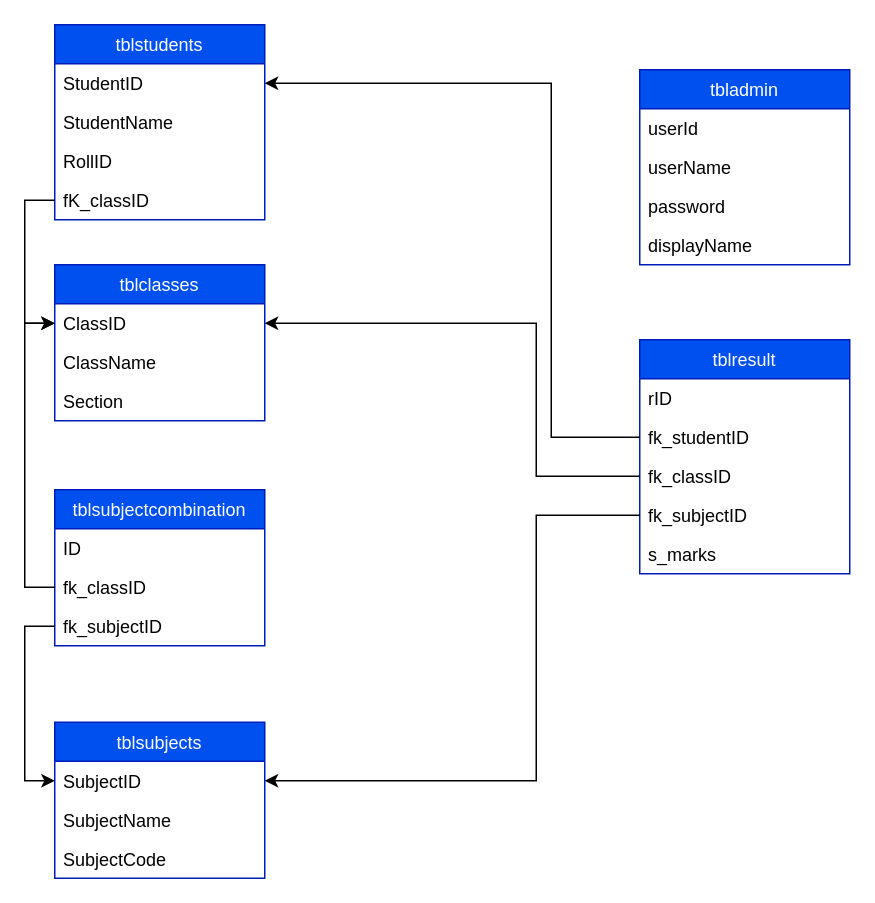
Above: SRMS - RDS.drawio in kadiyalamani15/Student-Resource-Management-System (draw.io), before the change. Source tidied: cells renumbered, new cells numbered last; positions are measured from the earlier drawing's top-left corner, leaving out a move shared by most shapes. Both pictures are drawn from the tidied source at 150%, with x=0, y=0 at pixel (54, 24).
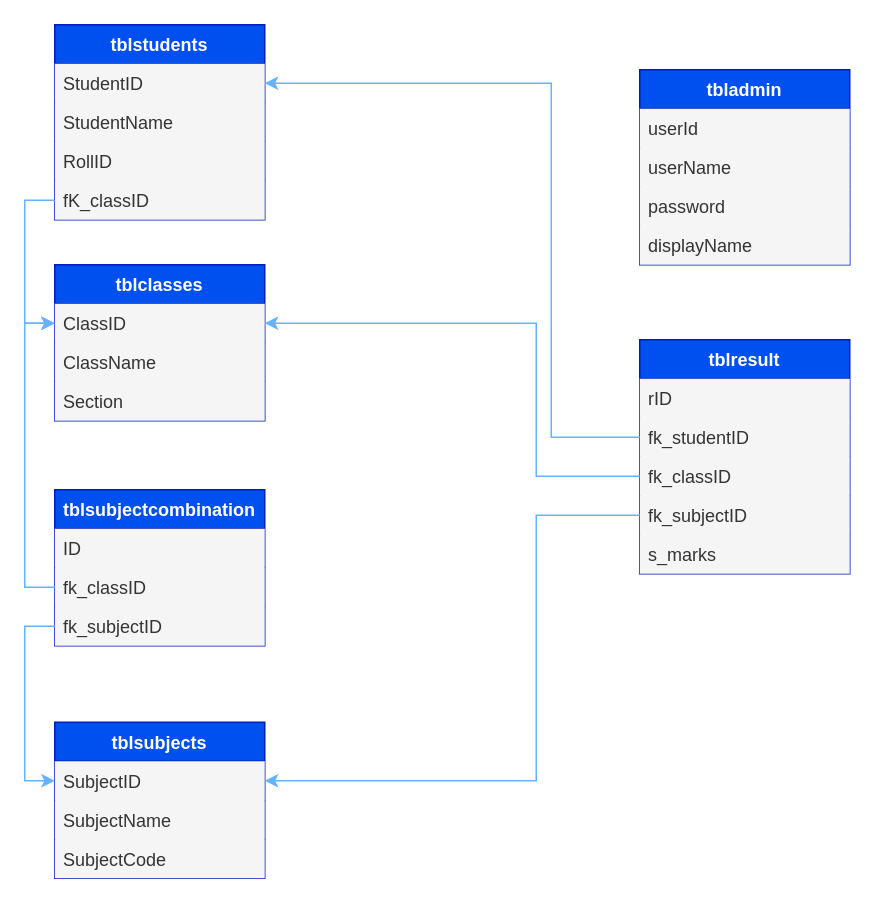
Above is the later version.

What changed in the source:
```diff
@@
-    <mxCell id="2" value="tblstudents" style="swimlane;fontStyle=0;horizontal=1;startSize=26;fillColor=#0050ef;fontColor=#ffffff;strokeColor=#001DBC;" parent="1" vertex="1">
+    <mxCell id="2" value="tblstudents" style="swimlane;fontStyle=1;horizontal=1;startSize=26;fillColor=#0050ef;fontColor=#ffffff;strokeColor=#001DBC;" parent="1" vertex="1">
       <mxGeometry width="140" height="130" as="geometry" />
     </mxCell>
-    <mxCell id="3" value="StudentID" style="text;align=left;verticalAlign=top;spacingLeft=4;spacingRight=4;overflow=hidden;points=[[0,0.5],[1,0.5]];portConstraint=eastwest;" parent="2" vertex="1">
+    <mxCell id="3" value="StudentID" style="text;align=left;verticalAlign=top;spacingLeft=4;spacingRight=4;overflow=hidden;points=[[0,0.5],[1,0.5]];portConstraint=eastwest;fillColor=#f5f5f5;fontColor=#333333;strokeColor=none;" parent="2" vertex="1">
       <mxGeometry y="26" width="140" height="26" as="geometry" />
     </mxCell>
-    <mxCell id="4" value="StudentName" style="text;align=left;verticalAlign=top;spacingLeft=4;spacingRight=4;overflow=hidden;" parent="2" vertex="1">
+    <mxCell id="4" value="StudentName" style="text;align=left;verticalAlign=top;spacingLeft=4;spacingRight=4;overflow=hidden;fillColor=#f5f5f5;fontColor=#333333;strokeColor=none;" parent="2" vertex="1">
       <mxGeometry y="52" width="140" height="26" as="geometry" />
     </mxCell>
-    <mxCell id="5" value="RollID " style="text;strokeColor=none;fillColor=none;align=left;verticalAlign=top;spacingLeft=4;spacingRight=4;overflow=hidden;" parent="2" vertex="1">
+    <mxCell id="5" value="RollID " style="text;strokeColor=none;fillColor=#f5f5f5;align=left;verticalAlign=top;spacingLeft=4;spacingRight=4;overflow=hidden;fontColor=#333333;" parent="2" vertex="1">
       <mxGeometry y="78" width="140" height="26" as="geometry" />
     </mxCell>
-    <mxCell id="6" value="fK_classID" style="text;strokeColor=none;fillColor=none;align=left;verticalAlign=top;spacingLeft=4;spacingRight=4;overflow=hidden;points=[[0,0.5],[1,0.5]];portConstraint=eastwest;" parent="2" vertex="1">
+    <mxCell id="6" value="fK_classID" style="text;strokeColor=none;fillColor=#f5f5f5;align=left;verticalAlign=top;spacingLeft=4;spacingRight=4;overflow=hidden;points=[[0,0.5],[1,0.5]];portConstraint=eastwest;fontColor=#333333;" parent="2" vertex="1">
       <mxGeometry y="104" width="140" height="26" as="geometry" />
     </mxCell>
-    <mxCell id="7" value="tblclasses" style="swimlane;fontStyle=0;horizontal=1;startSize=26;fillColor=#0050ef;fontColor=#ffffff;strokeColor=#001DBC;" parent="1" vertex="1">
+    <mxCell id="7" value="tblclasses" style="swimlane;fontStyle=1;horizontal=1;startSize=26;fillColor=#0050ef;fontColor=#ffffff;strokeColor=#001DBC;" parent="1" vertex="1">
       <mxGeometry y="160" width="140" height="104" as="geometry" />
     </mxCell>
-    <mxCell id="8" value="ClassID" style="text;strokeColor=none;fillColor=none;align=left;verticalAlign=top;spacingLeft=4;spacingRight=4;overflow=hidden;points=[[0,0.5],[1,0.5]];portConstraint=eastwest;" parent="7" vertex="1">
+    <mxCell id="8" value="ClassID" style="text;strokeColor=none;fillColor=#f5f5f5;align=left;verticalAlign=top;spacingLeft=4;spacingRight=4;overflow=hidden;points=[[0,0.5],[1,0.5]];portConstraint=eastwest;fontColor=#333333;" parent="7" vertex="1">
       <mxGeometry y="26" width="140" height="26" as="geometry" />
     </mxCell>
-    <mxCell id="9" value="ClassName" style="text;strokeColor=none;fillColor=none;align=left;verticalAlign=top;spacingLeft=4;spacingRight=4;overflow=hidden;" parent="7" vertex="1">
+    <mxCell id="9" value="ClassName" style="text;strokeColor=none;fillColor=#f5f5f5;align=left;verticalAlign=top;spacingLeft=4;spacingRight=4;overflow=hidden;fontColor=#333333;" parent="7" vertex="1">
       <mxGeometry y="52" width="140" height="26" as="geometry" />
     </mxCell>
-    <mxCell id="10" value="Section" style="text;strokeColor=none;fillColor=none;align=left;verticalAlign=top;spacingLeft=4;spacingRight=4;overflow=hidden;" parent="7" vertex="1">
+    <mxCell id="10" value="Section" style="text;strokeColor=none;fillColor=#f5f5f5;align=left;verticalAlign=top;spacingLeft=4;spacingRight=4;overflow=hidden;fontColor=#333333;" parent="7" vertex="1">
       <mxGeometry y="78" width="140" height="26" as="geometry" />
     </mxCell>
-    <mxCell id="11" value="tblsubjectcombination" style="swimlane;fontStyle=0;horizontal=1;startSize=26;fillColor=#0050ef;fontColor=#ffffff;strokeColor=#001DBC;" parent="1" vertex="1">
+    <mxCell id="11" value="tblsubjectcombination" style="swimlane;fontStyle=1;horizontal=1;startSize=26;fillColor=#0050ef;fontColor=#ffffff;strokeColor=#001DBC;" parent="1" vertex="1">
       <mxGeometry y="310" width="140" height="104" as="geometry" />
     </mxCell>
-    <mxCell id="12" value="ID" style="text;strokeColor=none;fillColor=none;align=left;verticalAlign=top;spacingLeft=4;spacingRight=4;overflow=hidden;" parent="11" vertex="1">
+    <mxCell id="12" value="ID" style="text;strokeColor=none;fillColor=#f5f5f5;align=left;verticalAlign=top;spacingLeft=4;spacingRight=4;overflow=hidden;fontColor=#333333;" parent="11" vertex="1">
       <mxGeometry y="26" width="140" height="26" as="geometry" />
     </mxCell>
-    <mxCell id="13" value="fk_classID" style="text;strokeColor=none;fillColor=none;align=left;verticalAlign=top;spacingLeft=4;spacingRight=4;overflow=hidden;points=[[0,0.5],[1,0.5]];portConstraint=eastwest;" parent="11" vertex="1">
+    <mxCell id="13" value="fk_classID" style="text;strokeColor=none;fillColor=#f5f5f5;align=left;verticalAlign=top;spacingLeft=4;spacingRight=4;overflow=hidden;points=[[0,0.5],[1,0.5]];portConstraint=eastwest;fontColor=#333333;" parent="11" vertex="1">
       <mxGeometry y="52" width="140" height="26" as="geometry" />
     </mxCell>
-    <mxCell id="14" value="fk_subjectID" style="text;strokeColor=none;fillColor=none;align=left;verticalAlign=top;spacingLeft=4;spacingRight=4;overflow=hidden;points=[[0,0.5],[1,0.5]];portConstraint=eastwest;" parent="11" vertex="1">
+    <mxCell id="14" value="fk_subjectID" style="text;strokeColor=none;fillColor=#f5f5f5;align=left;verticalAlign=top;spacingLeft=4;spacingRight=4;overflow=hidden;points=[[0,0.5],[1,0.5]];portConstraint=eastwest;fontColor=#333333;" parent="11" vertex="1">
       <mxGeometry y="78" width="140" height="26" as="geometry" />
     </mxCell>
-    <mxCell id="15" value="tblsubjects" style="swimlane;fontStyle=0;horizontal=1;startSize=26;fillColor=#0050ef;fontColor=#ffffff;strokeColor=#001DBC;" parent="1" vertex="1">
+    <mxCell id="15" value="tblsubjects" style="swimlane;fontStyle=1;horizontal=1;startSize=26;fillColor=#0050ef;fontColor=#ffffff;strokeColor=#001DBC;" parent="1" vertex="1">
       <mxGeometry y="465" width="140" height="104" as="geometry" />
     </mxCell>
-    <mxCell id="16" value="SubjectID" style="text;strokeColor=none;fillColor=none;align=left;verticalAlign=top;spacingLeft=4;spacingRight=4;overflow=hidden;points=[[0,0.5],[1,0.5]];portConstraint=eastwest;" parent="15" vertex="1">
+    <mxCell id="16" value="SubjectID" style="text;strokeColor=none;fillColor=#f5f5f5;align=left;verticalAlign=top;spacingLeft=4;spacingRight=4;overflow=hidden;points=[[0,0.5],[1,0.5]];portConstraint=eastwest;fontColor=#333333;" parent="15" vertex="1">
       <mxGeometry y="26" width="140" height="26" as="geometry" />
     </mxCell>
-    <mxCell id="17" value="SubjectName" style="text;strokeColor=none;fillColor=none;align=left;verticalAlign=top;spacingLeft=4;spacingRight=4;overflow=hidden;" parent="15" vertex="1">
+    <mxCell id="17" value="SubjectName" style="text;strokeColor=none;fillColor=#f5f5f5;align=left;verticalAlign=top;spacingLeft=4;spacingRight=4;overflow=hidden;fontColor=#333333;" parent="15" vertex="1">
       <mxGeometry y="52" width="140" height="26" as="geometry" />
     </mxCell>
-    <mxCell id="18" value="SubjectCode" style="text;strokeColor=none;fillColor=none;align=left;verticalAlign=top;spacingLeft=4;spacingRight=4;overflow=hidden;" parent="15" vertex="1">
+    <mxCell id="18" value="SubjectCode" style="text;strokeColor=none;fillColor=#f5f5f5;align=left;verticalAlign=top;spacingLeft=4;spacingRight=4;overflow=hidden;fontColor=#333333;" parent="15" vertex="1">
       <mxGeometry y="78" width="140" height="26" as="geometry" />
     </mxCell>
-    <mxCell id="19" value="tblresult" style="swimlane;fontStyle=0;horizontal=1;startSize=26;fillColor=#0050ef;fontColor=#ffffff;strokeColor=#001DBC;" parent="1" vertex="1">
+    <mxCell id="19" value="tblresult" style="swimlane;fontStyle=1;horizontal=1;startSize=26;fillColor=#0050ef;fontColor=#ffffff;strokeColor=#001DBC;" parent="1" vertex="1">
       <mxGeometry x="390" y="210" width="140" height="156" as="geometry" />
     </mxCell>
-    <mxCell id="20" value="rID" style="text;strokeColor=none;fillColor=none;align=left;verticalAlign=top;spacingLeft=4;spacingRight=4;overflow=hidden;" parent="19" vertex="1">
+    <mxCell id="20" value="rID" style="text;strokeColor=none;fillColor=#f5f5f5;align=left;verticalAlign=top;spacingLeft=4;spacingRight=4;overflow=hidden;fontColor=#333333;" parent="19" vertex="1">
       <mxGeometry y="26" width="140" height="26" as="geometry" />
     </mxCell>
-    <mxCell id="21" value="fk_studentID" style="text;strokeColor=none;fillColor=none;align=left;verticalAlign=top;spacingLeft=4;spacingRight=4;overflow=hidden;points=[[0,0.5],[1,0.5]];portConstraint=eastwest;" parent="19" vertex="1">
+    <mxCell id="21" value="fk_studentID" style="text;strokeColor=none;fillColor=#f5f5f5;align=left;verticalAlign=top;spacingLeft=4;spacingRight=4;overflow=hidden;points=[[0,0.5],[1,0.5]];portConstraint=eastwest;fontColor=#333333;" parent="19" vertex="1">
       <mxGeometry y="52" width="140" height="26" as="geometry" />
     </mxCell>
-    <mxCell id="22" value="fk_classID" style="text;strokeColor=none;fillColor=none;align=left;verticalAlign=top;spacingLeft=4;spacingRight=4;overflow=hidden;points=[[0,0.5],[1,0.5]];portConstraint=eastwest;" parent="19" vertex="1">
+    <mxCell id="22" value="fk_classID" style="text;strokeColor=none;fillColor=#f5f5f5;align=left;verticalAlign=top;spacingLeft=4;spacingRight=4;overflow=hidden;points=[[0,0.5],[1,0.5]];portConstraint=eastwest;fontColor=#333333;" parent="19" vertex="1">
       <mxGeometry y="78" width="140" height="26" as="geometry" />
     </mxCell>
-    <mxCell id="23" value="fk_subjectID" style="text;strokeColor=none;fillColor=none;align=left;verticalAlign=top;spacingLeft=4;spacingRight=4;overflow=hidden;points=[[0,0.5],[1,0.5]];portConstraint=eastwest;" parent="19" vertex="1">
+    <mxCell id="23" value="fk_subjectID" style="text;strokeColor=none;fillColor=#f5f5f5;align=left;verticalAlign=top;spacingLeft=4;spacingRight=4;overflow=hidden;points=[[0,0.5],[1,0.5]];portConstraint=eastwest;fontColor=#333333;" parent="19" vertex="1">
       <mxGeometry y="104" width="140" height="26" as="geometry" />
     </mxCell>
-    <mxCell id="24" value="s_marks" style="text;strokeColor=none;fillColor=none;align=left;verticalAlign=top;spacingLeft=4;spacingRight=4;overflow=hidden;" parent="19" vertex="1">
+    <mxCell id="24" value="s_marks" style="text;strokeColor=none;fillColor=#f5f5f5;align=left;verticalAlign=top;spacingLeft=4;spacingRight=4;overflow=hidden;fontColor=#333333;" parent="19" vertex="1">
       <mxGeometry y="130" width="140" height="26" as="geometry" />
     </mxCell>
-    <mxCell id="25" value="tbladmin" style="swimlane;fontStyle=0;horizontal=1;startSize=26;fillColor=#0050ef;fontColor=#ffffff;strokeColor=#001DBC;" parent="1" vertex="1">
+    <mxCell id="25" value="tbladmin" style="swimlane;fontStyle=1;horizontal=1;startSize=26;fillColor=#0050ef;fontColor=#ffffff;strokeColor=#001DBC;" parent="1" vertex="1">
       <mxGeometry x="390" y="30" width="140" height="130" as="geometry" />
     </mxCell>
-    <mxCell id="26" value="userId" style="text;strokeColor=none;fillColor=none;align=left;verticalAlign=top;spacingLeft=4;spacingRight=4;overflow=hidden;" parent="25" vertex="1">
+    <mxCell id="26" value="userId" style="text;strokeColor=none;fillColor=#f5f5f5;align=left;verticalAlign=top;spacingLeft=4;spacingRight=4;overflow=hidden;fontColor=#333333;" parent="25" vertex="1">
       <mxGeometry y="26" width="140" height="26" as="geometry" />
     </mxCell>
-    <mxCell id="27" value="userName" style="text;strokeColor=none;fillColor=none;align=left;verticalAlign=top;spacingLeft=4;spacingRight=4;overflow=hidden;" parent="25" vertex="1">
+    <mxCell id="27" value="userName" style="text;strokeColor=none;fillColor=#f5f5f5;align=left;verticalAlign=top;spacingLeft=4;spacingRight=4;overflow=hidden;fontColor=#333333;" parent="25" vertex="1">
       <mxGeometry y="52" width="140" height="26" as="geometry" />
     </mxCell>
-    <mxCell id="28" value="password" style="text;strokeColor=none;fillColor=none;align=left;verticalAlign=top;spacingLeft=4;spacingRight=4;overflow=hidden;" parent="25" vertex="1">
+    <mxCell id="28" value="password" style="text;strokeColor=none;fillColor=#f5f5f5;align=left;verticalAlign=top;spacingLeft=4;spacingRight=4;overflow=hidden;fontColor=#333333;" parent="25" vertex="1">
       <mxGeometry y="78" width="140" height="26" as="geometry" />
     </mxCell>
-    <mxCell id="29" value="displayName" style="text;strokeColor=none;fillColor=none;align=left;verticalAlign=top;spacingLeft=4;spacingRight=4;overflow=hidden;" parent="25" vertex="1">
+    <mxCell id="29" value="displayName" style="text;strokeColor=none;fillColor=#f5f5f5;align=left;verticalAlign=top;spacingLeft=4;spacingRight=4;overflow=hidden;fontColor=#333333;" parent="25" vertex="1">
       <mxGeometry y="104" width="140" height="26" as="geometry" />
     </mxCell>
-    <mxCell id="30" style="edgeStyle=orthogonalEdgeStyle;rounded=0;jettySize=auto;html=1;entryX=0;entryY=0.5;entryDx=0;entryDy=0;" parent="1" edge="1" source="13" target="8">
+    <mxCell id="30" style="edgeStyle=orthogonalEdgeStyle;rounded=0;jettySize=auto;html=1;entryX=0;entryY=0.5;entryDx=0;entryDy=0;strokeColor=#66B2FF;" parent="1" edge="1" source="13" target="8">
       <mxGeometry relative="1" as="geometry" />
     </mxCell>
-    <mxCell id="31" style="edgeStyle=orthogonalEdgeStyle;rounded=0;jettySize=auto;html=1;entryX=0;entryY=0.5;entryDx=0;entryDy=0;" parent="1" edge="1" source="14" target="16">
+    <mxCell id="31" style="edgeStyle=orthogonalEdgeStyle;rounded=0;jettySize=auto;html=1;entryX=0;entryY=0.5;entryDx=0;entryDy=0;strokeColor=#66B2FF;" parent="1" edge="1" source="14" target="16">
       <mxGeometry relative="1" as="geometry" />
     </mxCell>
-    <mxCell id="32" style="rounded=0;jettySize=auto;html=1;entryX=1;entryY=0.5;entryDx=0;entryDy=0;edgeStyle=orthogonalEdgeStyle;" parent="1" edge="1" source="23" target="16">
+    <mxCell id="32" style="rounded=0;jettySize=auto;html=1;entryX=1;entryY=0.5;entryDx=0;entryDy=0;edgeStyle=orthogonalEdgeStyle;strokeColor=#66B2FF;" parent="1" edge="1" source="23" target="16">
       <mxGeometry relative="1" as="geometry">
         <Array as="points">
           <mxPoint x="321" y="327" />
           <mxPoint x="321" y="504" />
         </Array>
       </mxGeometry>
     </mxCell>
-    <mxCell id="33" style="edgeStyle=orthogonalEdgeStyle;rounded=0;jettySize=auto;html=1;entryX=1;entryY=0.5;entryDx=0;entryDy=0;" parent="1" edge="1" source="22" target="8">
+    <mxCell id="33" style="edgeStyle=orthogonalEdgeStyle;rounded=0;jettySize=auto;html=1;entryX=1;entryY=0.5;entryDx=0;entryDy=0;strokeColor=#66B2FF;" parent="1" edge="1" source="22" target="8">
       <mxGeometry relative="1" as="geometry">
         <Array as="points">
           <mxPoint x="321" y="301" />
           <mxPoint x="321" y="199" />
         </Array>
       </mxGeometry>
     </mxCell>
-    <mxCell id="34" style="edgeStyle=orthogonalEdgeStyle;rounded=0;jettySize=auto;html=1;entryX=1;entryY=0.5;entryDx=0;entryDy=0;" parent="1" edge="1" source="21" target="3">
+    <mxCell id="34" style="edgeStyle=orthogonalEdgeStyle;rounded=0;jettySize=auto;html=1;entryX=1;entryY=0.5;entryDx=0;entryDy=0;strokeColor=#66B2FF;" parent="1" edge="1" source="21" target="3">
       <mxGeometry relative="1" as="geometry">
         <Array as="points">
           <mxPoint x="331" y="275" />
           <mxPoint x="331" y="39" />
         </Array>
       </mxGeometry>
     </mxCell>
-    <mxCell id="35" style="edgeStyle=orthogonalEdgeStyle;rounded=0;jettySize=auto;html=1;entryX=0;entryY=0.5;entryDx=0;entryDy=0;" parent="1" edge="1" source="6" target="8">
+    <mxCell id="35" style="edgeStyle=orthogonalEdgeStyle;rounded=0;jettySize=auto;html=1;entryX=0;entryY=0.5;entryDx=0;entryDy=0;strokeColor=#66B2FF;" parent="1" edge="1" source="6" target="8">
       <mxGeometry relative="1" as="geometry" />
     </mxCell>
```
